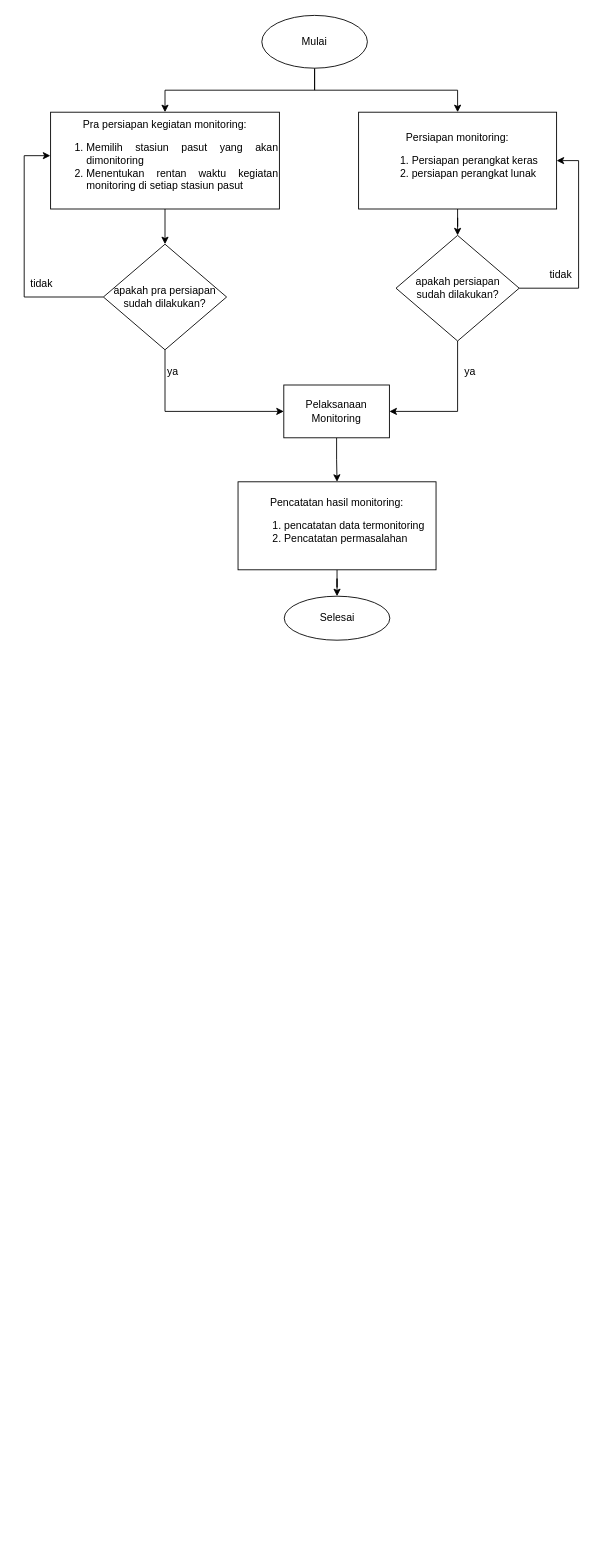
Above: Monitoring/Untitled Diagram.drawio in ridhoilahi/diagramalir (draw.io), before the change. Source tidied: cells renumbered, new cells numbered last; positions are measured from the earlier drawing's top-left corner, leaving out a move shared by most shapes. Both pictures are drawn from the tidied source at 88%, with x=0, y=0 at pixel (15, 15).
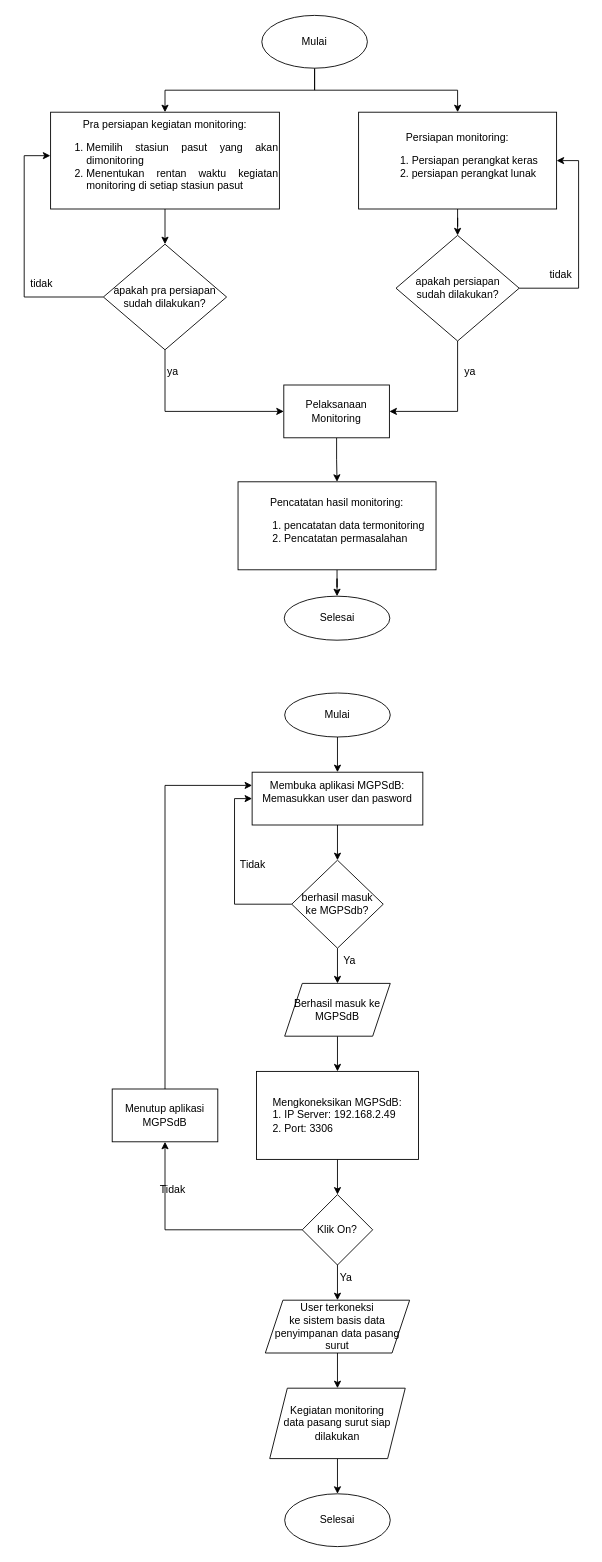
The same diagram, later.

The edit, as a diff of the source:
```diff
@@
+    <mxCell id="24" style="edgeStyle=orthogonalEdgeStyle;rounded=0;jettySize=auto;html=1;exitX=0.5;exitY=1;exitDx=0;exitDy=0;entryX=0.5;entryY=0;entryDx=0;entryDy=0;" parent="1" edge="1" source="25" target="27">
+      <mxGeometry relative="1" as="geometry" />
+    </mxCell>
+    <mxCell id="25" value="Mulai" style="ellipse;whiteSpace=wrap;html=1;" parent="1" vertex="1">
+      <mxGeometry x="306" y="770" width="120" height="50" as="geometry" />
+    </mxCell>
+    <mxCell id="26" style="edgeStyle=orthogonalEdgeStyle;rounded=0;jettySize=auto;html=1;entryX=0.5;entryY=0;entryDx=0;entryDy=0;" parent="1" edge="1" source="27" target="30">
+      <mxGeometry relative="1" as="geometry" />
+    </mxCell>
+    <mxCell id="27" value="&lt;div&gt;Membuka aplikasi MGPSdB: Memasukkan user dan pasword&lt;br&gt;&lt;/div&gt;&lt;div&gt;&lt;br&gt;&lt;/div&gt;" style="rounded=0;whiteSpace=wrap;html=1;" parent="1" vertex="1">
+      <mxGeometry x="269" y="860" width="194" height="60" as="geometry" />
+    </mxCell>
+    <mxCell id="28" style="edgeStyle=orthogonalEdgeStyle;rounded=0;jettySize=auto;html=1;exitX=0.5;exitY=1;exitDx=0;exitDy=0;" parent="1" edge="1" source="30" target="32">
+      <mxGeometry relative="1" as="geometry" />
+    </mxCell>
+    <mxCell id="29" style="edgeStyle=orthogonalEdgeStyle;rounded=0;jettySize=auto;html=1;exitX=0;exitY=0.5;exitDx=0;exitDy=0;entryX=0;entryY=0.5;entryDx=0;entryDy=0;" parent="1" edge="1" source="30" target="27">
+      <mxGeometry relative="1" as="geometry" />
+    </mxCell>
+    <mxCell id="30" value="&lt;div&gt;berhasil masuk&lt;/div&gt;&lt;div&gt;ke MGPSdb?&lt;br&gt;&lt;/div&gt;" style="rhombus;whiteSpace=wrap;html=1;" parent="1" vertex="1">
+      <mxGeometry x="314" y="960" width="104" height="100" as="geometry" />
+    </mxCell>
+    <mxCell id="31" style="edgeStyle=orthogonalEdgeStyle;rounded=0;jettySize=auto;html=1;exitX=0.5;exitY=1;exitDx=0;exitDy=0;entryX=0.5;entryY=0;entryDx=0;entryDy=0;" parent="1" edge="1" source="32" target="36">
+      <mxGeometry relative="1" as="geometry" />
+    </mxCell>
+    <mxCell id="32" value="&lt;div&gt;Berhasil masuk ke &lt;br&gt;&lt;/div&gt;&lt;div&gt;MGPSdB&lt;br&gt;&lt;/div&gt;" style="shape=parallelogram;perimeter=parallelogramPerimeter;whiteSpace=wrap;html=1;fixedSize=1;" parent="1" vertex="1">
+      <mxGeometry x="306" y="1100" width="120" height="60" as="geometry" />
+    </mxCell>
+    <mxCell id="33" value="Tidak" style="text;html=1;strokeColor=none;fillColor=none;align=center;verticalAlign=middle;whiteSpace=wrap;rounded=0;" parent="1" vertex="1">
+      <mxGeometry x="240" y="950" width="60" height="30" as="geometry" />
+    </mxCell>
+    <mxCell id="34" value="Ya" style="text;html=1;strokeColor=none;fillColor=none;align=center;verticalAlign=middle;whiteSpace=wrap;rounded=0;" parent="1" vertex="1">
+      <mxGeometry x="350" y="1060" width="60" height="30" as="geometry" />
+    </mxCell>
+    <mxCell id="35" style="edgeStyle=orthogonalEdgeStyle;rounded=0;jettySize=auto;html=1;exitX=0.5;exitY=1;exitDx=0;exitDy=0;entryX=0.5;entryY=0;entryDx=0;entryDy=0;" parent="1" edge="1" source="36" target="39">
+      <mxGeometry relative="1" as="geometry" />
+    </mxCell>
+    <mxCell id="36" value="&lt;div&gt;Mengkoneksikan MGPSdB:&lt;/div&gt;&lt;div align=&quot;left&quot;&gt;1. IP Server: 192.168.2.49&lt;/div&gt;&lt;div align=&quot;left&quot;&gt;2. Port: 3306&lt;br&gt;&lt;/div&gt;" style="rounded=0;whiteSpace=wrap;html=1;" parent="1" vertex="1">
+      <mxGeometry x="274" y="1200" width="184" height="100" as="geometry" />
+    </mxCell>
+    <mxCell id="37" style="edgeStyle=orthogonalEdgeStyle;rounded=0;jettySize=auto;html=1;exitX=0.5;exitY=1;exitDx=0;exitDy=0;entryX=0.5;entryY=0;entryDx=0;entryDy=0;" parent="1" edge="1" source="39" target="41">
+      <mxGeometry relative="1" as="geometry" />
+    </mxCell>
+    <mxCell id="38" style="edgeStyle=orthogonalEdgeStyle;rounded=0;jettySize=auto;html=1;exitX=0;exitY=0.5;exitDx=0;exitDy=0;entryX=0.5;entryY=1;entryDx=0;entryDy=0;" parent="1" edge="1" source="39" target="43">
+      <mxGeometry relative="1" as="geometry" />
+    </mxCell>
+    <mxCell id="39" value="Klik On?" style="rhombus;whiteSpace=wrap;html=1;" parent="1" vertex="1">
+      <mxGeometry x="326" y="1340" width="80" height="80" as="geometry" />
+    </mxCell>
+    <mxCell id="40" style="edgeStyle=orthogonalEdgeStyle;rounded=0;jettySize=auto;html=1;exitX=0.5;exitY=1;exitDx=0;exitDy=0;entryX=0.5;entryY=0;entryDx=0;entryDy=0;" parent="1" edge="1" source="41" target="47">
+      <mxGeometry relative="1" as="geometry" />
+    </mxCell>
+    <mxCell id="41" value="&lt;div&gt;User terkoneksi&lt;/div&gt;&lt;div&gt;ke sistem basis data penyimpanan data pasang surut&lt;br&gt;&lt;/div&gt;" style="shape=parallelogram;perimeter=parallelogramPerimeter;whiteSpace=wrap;html=1;fixedSize=1;" parent="1" vertex="1">
+      <mxGeometry x="284" y="1460" width="164" height="60" as="geometry" />
+    </mxCell>
+    <mxCell id="42" style="edgeStyle=orthogonalEdgeStyle;rounded=0;jettySize=auto;html=1;exitX=0.5;exitY=0;exitDx=0;exitDy=0;entryX=0;entryY=0.25;entryDx=0;entryDy=0;" parent="1" edge="1" source="43" target="27">
+      <mxGeometry relative="1" as="geometry" />
+    </mxCell>
+    <mxCell id="43" value="Menutup aplikasi MGPSdB" style="rounded=0;whiteSpace=wrap;html=1;" parent="1" vertex="1">
+      <mxGeometry x="110" y="1220" width="120" height="60" as="geometry" />
+    </mxCell>
+    <mxCell id="44" value="Tidak" style="text;html=1;strokeColor=none;fillColor=none;align=center;verticalAlign=middle;whiteSpace=wrap;rounded=0;" parent="1" vertex="1">
+      <mxGeometry x="149" y="1320" width="60" height="30" as="geometry" />
+    </mxCell>
+    <mxCell id="45" value="Ya" style="text;html=1;strokeColor=none;fillColor=none;align=center;verticalAlign=middle;whiteSpace=wrap;rounded=0;" parent="1" vertex="1">
+      <mxGeometry x="346" y="1420" width="60" height="30" as="geometry" />
+    </mxCell>
+    <mxCell id="46" style="edgeStyle=orthogonalEdgeStyle;rounded=0;jettySize=auto;html=1;exitX=0.5;exitY=1;exitDx=0;exitDy=0;entryX=0.5;entryY=0;entryDx=0;entryDy=0;" parent="1" edge="1" source="47" target="48">
+      <mxGeometry relative="1" as="geometry" />
+    </mxCell>
+    <mxCell id="47" value="&lt;div&gt;Kegiatan monitoring &lt;br&gt;&lt;/div&gt;&lt;div&gt;data pasang surut siap dilakukan&lt;/div&gt;" style="shape=parallelogram;perimeter=parallelogramPerimeter;whiteSpace=wrap;html=1;fixedSize=1;" parent="1" vertex="1">
+      <mxGeometry x="289" y="1560" width="154" height="80" as="geometry" />
+    </mxCell>
+    <mxCell id="48" value="Selesai" style="ellipse;whiteSpace=wrap;html=1;" parent="1" vertex="1">
+      <mxGeometry x="306" y="1680" width="120" height="60" as="geometry" />
+    </mxCell>
```
